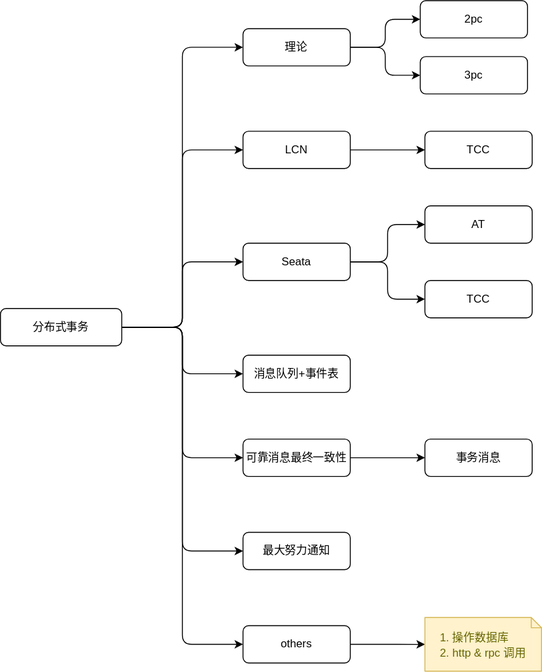
This is diagrams/dist/03.dtx.overview.svg from Alice52/diagrams, a draw.io export, as it was before one commit. Source tidied: cells renumbered, new cells last; positions are measured from the earlier drawing's top-left corner, leaving out a move shared by most shapes. Its diagram source:
```xml
<mxGraphModel>
  <root>
    <mxCell id="0" />
    <mxCell id="1" parent="0" />
    <mxCell id="2" style="edgeStyle=orthogonalEdgeStyle;rounded=1;jettySize=auto;html=1;entryX=0;entryY=0.5;entryDx=0;entryDy=0;" parent="1" edge="1" source="9" target="12">
      <mxGeometry relative="1" as="geometry" />
    </mxCell>
    <mxCell id="3" style="edgeStyle=orthogonalEdgeStyle;rounded=1;jettySize=auto;html=1;entryX=0;entryY=0.5;entryDx=0;entryDy=0;" parent="1" edge="1" source="9" target="16">
      <mxGeometry relative="1" as="geometry" />
    </mxCell>
    <mxCell id="4" style="edgeStyle=orthogonalEdgeStyle;rounded=1;jettySize=auto;html=1;exitX=1;exitY=0.5;exitDx=0;exitDy=0;entryX=0;entryY=0.5;entryDx=0;entryDy=0;" parent="1" edge="1" source="9" target="19">
      <mxGeometry relative="1" as="geometry" />
    </mxCell>
    <mxCell id="5" style="edgeStyle=orthogonalEdgeStyle;rounded=1;jettySize=auto;html=1;exitX=1;exitY=0.5;exitDx=0;exitDy=0;entryX=0;entryY=0.5;entryDx=0;entryDy=0;" parent="1" edge="1" source="9" target="23">
      <mxGeometry relative="1" as="geometry" />
    </mxCell>
    <mxCell id="6" style="edgeStyle=orthogonalEdgeStyle;rounded=1;jettySize=auto;html=1;entryX=0;entryY=0.5;entryDx=0;entryDy=0;" parent="1" edge="1" source="9" target="24">
      <mxGeometry relative="1" as="geometry" />
    </mxCell>
    <mxCell id="7" style="edgeStyle=orthogonalEdgeStyle;rounded=1;jettySize=auto;html=1;exitX=1;exitY=0.5;exitDx=0;exitDy=0;entryX=0;entryY=0.5;entryDx=0;entryDy=0;" parent="1" edge="1" source="9" target="26">
      <mxGeometry relative="1" as="geometry" />
    </mxCell>
    <mxCell id="8" style="edgeStyle=orthogonalEdgeStyle;rounded=1;jettySize=auto;html=1;entryX=0;entryY=0.5;entryDx=0;entryDy=0;" parent="1" edge="1" source="9" target="29">
      <mxGeometry relative="1" as="geometry" />
    </mxCell>
    <mxCell id="9" value="分布式事务" style="rounded=1;whiteSpace=wrap;html=1;" parent="1" vertex="1">
      <mxGeometry y="330" width="130" height="40" as="geometry" />
    </mxCell>
    <mxCell id="10" style="edgeStyle=orthogonalEdgeStyle;rounded=1;jettySize=auto;html=1;" parent="1" edge="1" source="12" target="13">
      <mxGeometry relative="1" as="geometry" />
    </mxCell>
    <mxCell id="11" style="edgeStyle=orthogonalEdgeStyle;rounded=1;jettySize=auto;html=1;exitX=1;exitY=0.5;exitDx=0;exitDy=0;entryX=0;entryY=0.5;entryDx=0;entryDy=0;" parent="1" edge="1" source="12" target="14">
      <mxGeometry relative="1" as="geometry" />
    </mxCell>
    <mxCell id="12" value="理论" style="rounded=1;whiteSpace=wrap;html=1;" parent="1" vertex="1">
      <mxGeometry x="260" y="30" width="115" height="40" as="geometry" />
    </mxCell>
    <mxCell id="13" value="2pc" style="rounded=1;whiteSpace=wrap;html=1;" parent="1" vertex="1">
      <mxGeometry x="450" width="115" height="40" as="geometry" />
    </mxCell>
    <mxCell id="14" value="3pc" style="rounded=1;whiteSpace=wrap;html=1;" parent="1" vertex="1">
      <mxGeometry x="450" y="60" width="115" height="40" as="geometry" />
    </mxCell>
    <mxCell id="15" style="edgeStyle=orthogonalEdgeStyle;rounded=1;jettySize=auto;html=1;" parent="1" edge="1" source="16" target="20">
      <mxGeometry relative="1" as="geometry" />
    </mxCell>
    <mxCell id="16" value="LCN" style="rounded=1;whiteSpace=wrap;html=1;" parent="1" vertex="1">
      <mxGeometry x="260" y="140" width="115" height="40" as="geometry" />
    </mxCell>
    <mxCell id="17" style="edgeStyle=orthogonalEdgeStyle;rounded=1;jettySize=auto;html=1;" parent="1" edge="1" source="19" target="21">
      <mxGeometry relative="1" as="geometry" />
    </mxCell>
    <mxCell id="18" style="edgeStyle=orthogonalEdgeStyle;rounded=1;jettySize=auto;html=1;entryX=0;entryY=0.5;entryDx=0;entryDy=0;" parent="1" edge="1" source="19" target="22">
      <mxGeometry relative="1" as="geometry" />
    </mxCell>
    <mxCell id="19" value="Seata" style="rounded=1;whiteSpace=wrap;html=1;" parent="1" vertex="1">
      <mxGeometry x="260" y="260" width="115" height="40" as="geometry" />
    </mxCell>
    <mxCell id="20" value="TCC" style="rounded=1;whiteSpace=wrap;html=1;" parent="1" vertex="1">
      <mxGeometry x="455" y="140" width="115" height="40" as="geometry" />
    </mxCell>
    <mxCell id="21" value="AT" style="rounded=1;whiteSpace=wrap;html=1;" parent="1" vertex="1">
      <mxGeometry x="455" y="220" width="115" height="40" as="geometry" />
    </mxCell>
    <mxCell id="22" value="TCC" style="rounded=1;whiteSpace=wrap;html=1;" parent="1" vertex="1">
      <mxGeometry x="455" y="300" width="115" height="40" as="geometry" />
    </mxCell>
    <mxCell id="23" value="消息队列+事件表" style="rounded=1;whiteSpace=wrap;html=1;" parent="1" vertex="1">
      <mxGeometry x="260" y="380" width="115" height="40" as="geometry" />
    </mxCell>
    <mxCell id="24" value="最大努力通知" style="rounded=1;whiteSpace=wrap;html=1;" parent="1" vertex="1">
      <mxGeometry x="260" y="570" width="115" height="40" as="geometry" />
    </mxCell>
    <mxCell id="25" style="edgeStyle=orthogonalEdgeStyle;rounded=1;jettySize=auto;html=1;" parent="1" edge="1" source="26" target="27">
      <mxGeometry relative="1" as="geometry" />
    </mxCell>
    <mxCell id="26" value="可靠消息最终一致性" style="rounded=1;whiteSpace=wrap;html=1;" parent="1" vertex="1">
      <mxGeometry x="260" y="470" width="115" height="40" as="geometry" />
    </mxCell>
    <mxCell id="27" value="事务消息" style="rounded=1;whiteSpace=wrap;html=1;" parent="1" vertex="1">
      <mxGeometry x="455" y="470" width="115" height="40" as="geometry" />
    </mxCell>
    <mxCell id="28" style="edgeStyle=orthogonalEdgeStyle;rounded=1;jettySize=auto;html=1;" parent="1" edge="1" source="29" target="30">
      <mxGeometry relative="1" as="geometry" />
    </mxCell>
    <mxCell id="29" value="others" style="rounded=1;whiteSpace=wrap;html=1;" parent="1" vertex="1">
      <mxGeometry x="260" y="670" width="115" height="40" as="geometry" />
    </mxCell>
    <mxCell id="30" value="&lt;div style=&quot;text-align: left&quot;&gt;&lt;span style=&quot;font-size: 12px&quot;&gt;1. 操作数据库&lt;/span&gt;&lt;/div&gt;&lt;div style=&quot;text-align: left&quot;&gt;&lt;span style=&quot;font-size: 12px&quot;&gt;2. http &amp;amp; rpc 调用&lt;/span&gt;&lt;/div&gt;" style="shape=note;strokeWidth=0;fontSize=14;size=11;whiteSpace=wrap;html=1;fillColor=#fff2cc;strokeColor=#d6b656;fontColor=#666600;" parent="1" vertex="1">
      <mxGeometry x="455" y="661.2" width="125" height="57.5" as="geometry" />
    </mxCell>
  </root>
</mxGraphModel>
```
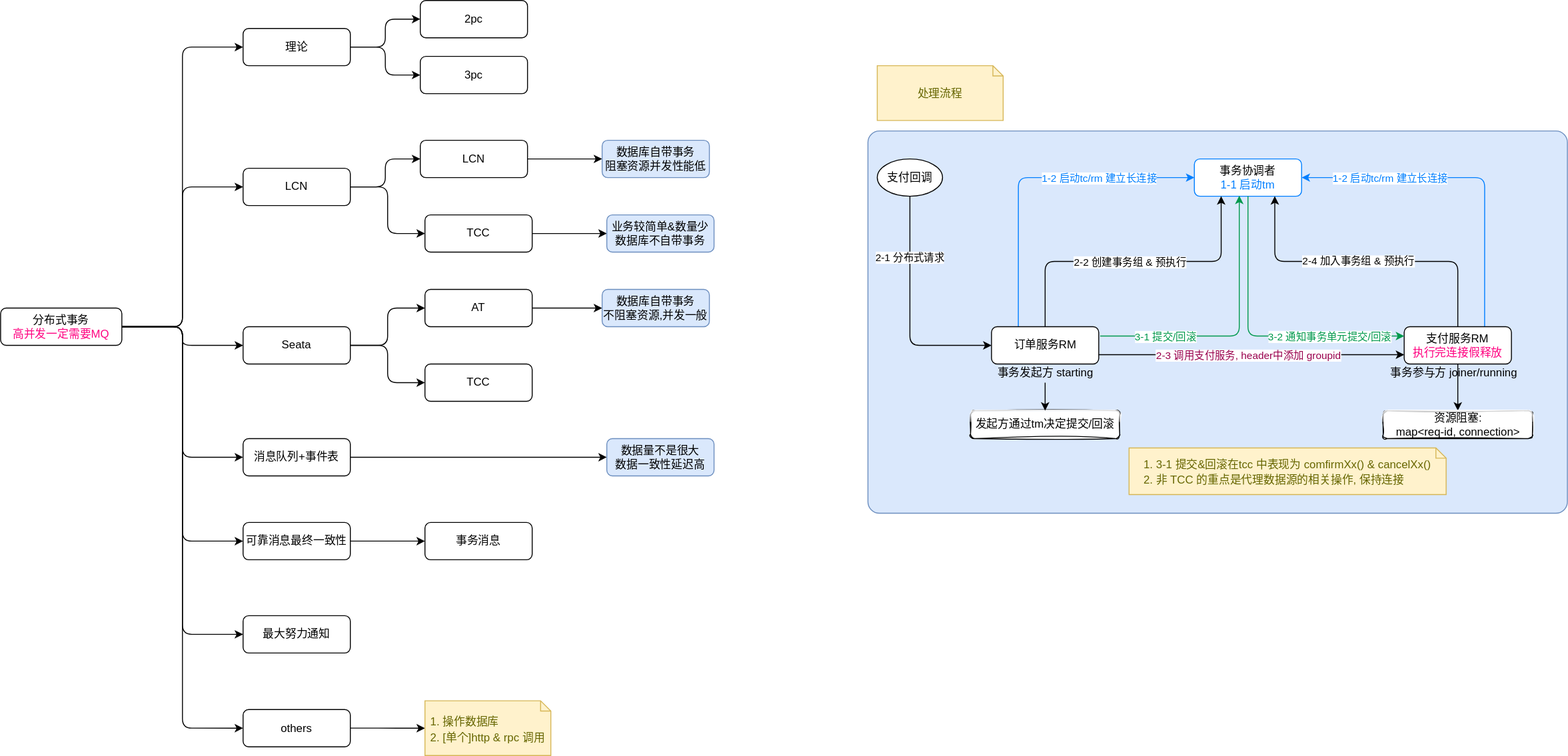
Above is the later version.

Diff of the diagram source:
```diff
@@ -23,8 +23,8 @@
     <mxCell id="8" style="edgeStyle=orthogonalEdgeStyle;rounded=1;jettySize=auto;html=1;entryX=0;entryY=0.5;entryDx=0;entryDy=0;" parent="1" edge="1" source="9" target="29">
       <mxGeometry relative="1" as="geometry" />
     </mxCell>
-    <mxCell id="9" value="分布式事务" style="rounded=1;whiteSpace=wrap;html=1;" parent="1" vertex="1">
-      <mxGeometry y="330" width="130" height="40" as="geometry" />
+    <mxCell id="9" value="分布式事务&lt;br&gt;&lt;font color=&quot;#ff0080&quot;&gt;高并发一定需要MQ&lt;/font&gt;" style="rounded=1;whiteSpace=wrap;html=1;" parent="1" vertex="1">
+      <mxGeometry y="240" width="130" height="40" as="geometry" />
     </mxCell>
     <mxCell id="10" style="edgeStyle=orthogonalEdgeStyle;rounded=1;jettySize=auto;html=1;" parent="1" edge="1" source="12" target="13">
       <mxGeometry relative="1" as="geometry" />
@@ -33,19 +33,22 @@
       <mxGeometry relative="1" as="geometry" />
     </mxCell>
     <mxCell id="12" value="理论" style="rounded=1;whiteSpace=wrap;html=1;" parent="1" vertex="1">
-      <mxGeometry x="260" y="30" width="115" height="40" as="geometry" />
+      <mxGeometry x="260" y="-60" width="115" height="40" as="geometry" />
     </mxCell>
     <mxCell id="13" value="2pc" style="rounded=1;whiteSpace=wrap;html=1;" parent="1" vertex="1">
-      <mxGeometry x="450" width="115" height="40" as="geometry" />
+      <mxGeometry x="450" y="-90" width="115" height="40" as="geometry" />
     </mxCell>
     <mxCell id="14" value="3pc" style="rounded=1;whiteSpace=wrap;html=1;" parent="1" vertex="1">
-      <mxGeometry x="450" y="60" width="115" height="40" as="geometry" />
+      <mxGeometry x="450" y="-30" width="115" height="40" as="geometry" />
     </mxCell>
-    <mxCell id="15" style="edgeStyle=orthogonalEdgeStyle;rounded=1;jettySize=auto;html=1;" parent="1" edge="1" source="16" target="20">
+    <mxCell id="15" style="edgeStyle=orthogonalEdgeStyle;rounded=1;jettySize=auto;html=1;entryX=0;entryY=0.5;entryDx=0;entryDy=0;" parent="1" edge="1" source="16" target="20">
       <mxGeometry relative="1" as="geometry" />
     </mxCell>
+    <mxCell id="31" style="edgeStyle=orthogonalEdgeStyle;rounded=1;jettySize=auto;html=1;" parent="1" edge="1" source="16" target="38">
+      <mxGeometry relative="1" as="geometry" />
+    </mxCell>
     <mxCell id="16" value="LCN" style="rounded=1;whiteSpace=wrap;html=1;" parent="1" vertex="1">
-      <mxGeometry x="260" y="140" width="115" height="40" as="geometry" />
+      <mxGeometry x="260" y="90" width="115" height="40" as="geometry" />
     </mxCell>
     <mxCell id="17" style="edgeStyle=orthogonalEdgeStyle;rounded=1;jettySize=auto;html=1;" parent="1" edge="1" source="19" target="21">
       <mxGeometry relative="1" as="geometry" />
@@ -56,15 +59,24 @@
     <mxCell id="19" value="Seata" style="rounded=1;whiteSpace=wrap;html=1;" parent="1" vertex="1">
       <mxGeometry x="260" y="260" width="115" height="40" as="geometry" />
     </mxCell>
+    <mxCell id="32" style="edgeStyle=orthogonalEdgeStyle;rounded=1;jettySize=auto;html=1;" parent="1" edge="1" source="20" target="35">
+      <mxGeometry relative="1" as="geometry" />
+    </mxCell>
     <mxCell id="20" value="TCC" style="rounded=1;whiteSpace=wrap;html=1;" parent="1" vertex="1">
       <mxGeometry x="455" y="140" width="115" height="40" as="geometry" />
     </mxCell>
+    <mxCell id="33" style="edgeStyle=orthogonalEdgeStyle;rounded=1;jettySize=auto;html=1;fontColor=#66FFFF;" parent="1" edge="1" source="21" target="70">
+      <mxGeometry relative="1" as="geometry" />
+    </mxCell>
     <mxCell id="21" value="AT" style="rounded=1;whiteSpace=wrap;html=1;" parent="1" vertex="1">
       <mxGeometry x="455" y="220" width="115" height="40" as="geometry" />
     </mxCell>
     <mxCell id="22" value="TCC" style="rounded=1;whiteSpace=wrap;html=1;" parent="1" vertex="1">
       <mxGeometry x="455" y="300" width="115" height="40" as="geometry" />
     </mxCell>
+    <mxCell id="34" style="edgeStyle=orthogonalEdgeStyle;rounded=0;jettySize=auto;html=1;" parent="1" edge="1" source="23" target="36">
+      <mxGeometry relative="1" as="geometry" />
+    </mxCell>
     <mxCell id="23" value="消息队列+事件表" style="rounded=1;whiteSpace=wrap;html=1;" parent="1" vertex="1">
       <mxGeometry x="260" y="380" width="115" height="40" as="geometry" />
     </mxCell>
@@ -84,10 +96,134 @@
       <mxGeometry relative="1" as="geometry" />
     </mxCell>
     <mxCell id="29" value="others" style="rounded=1;whiteSpace=wrap;html=1;" parent="1" vertex="1">
-      <mxGeometry x="260" y="670" width="115" height="40" as="geometry" />
+      <mxGeometry x="260" y="670.6" width="115" height="40" as="geometry" />
     </mxCell>
-    <mxCell id="30" value="&lt;div style=&quot;text-align: left&quot;&gt;&lt;span style=&quot;font-size: 12px&quot;&gt;1. 操作数据库&lt;/span&gt;&lt;/div&gt;&lt;div style=&quot;text-align: left&quot;&gt;&lt;span style=&quot;font-size: 12px&quot;&gt;2. http &amp;amp; rpc 调用&lt;/span&gt;&lt;/div&gt;" style="shape=note;strokeWidth=0;fontSize=14;size=11;whiteSpace=wrap;html=1;fillColor=#fff2cc;strokeColor=#d6b656;fontColor=#666600;" parent="1" vertex="1">
-      <mxGeometry x="455" y="661.2" width="125" height="57.5" as="geometry" />
+    <mxCell id="30" value="&lt;div style=&quot;text-align: left&quot;&gt;&lt;span style=&quot;font-size: 12px&quot;&gt;1. 操作数据库&lt;/span&gt;&lt;/div&gt;&lt;div style=&quot;text-align: left&quot;&gt;&lt;span style=&quot;font-size: 12px&quot;&gt;2. [单个]http &amp;amp; rpc 调用&lt;/span&gt;&lt;/div&gt;" style="shape=note;strokeWidth=0;fontSize=14;size=11;whiteSpace=wrap;html=1;fillColor=#fff2cc;strokeColor=#d6b656;fontColor=#666600;" parent="1" vertex="1">
+      <mxGeometry x="455" y="661.2" width="135" height="58.8" as="geometry" />
     </mxCell>
+    <mxCell id="35" value="业务较简单&amp;amp;数量少&lt;br&gt;数据库不自带事务" style="rounded=1;whiteSpace=wrap;html=1;fillColor=#dae8fc;strokeColor=#6c8ebf;" parent="1" vertex="1">
+      <mxGeometry x="650" y="140" width="115" height="40" as="geometry" />
+    </mxCell>
+    <mxCell id="36" value="数据量不是很大&lt;br&gt;数据一致性延迟高" style="rounded=1;whiteSpace=wrap;html=1;fillColor=#dae8fc;strokeColor=#6c8ebf;" parent="1" vertex="1">
+      <mxGeometry x="650" y="380" width="115" height="40" as="geometry" />
+    </mxCell>
+    <mxCell id="37" style="edgeStyle=orthogonalEdgeStyle;rounded=1;jettySize=auto;html=1;" parent="1" edge="1" source="38" target="39">
+      <mxGeometry relative="1" as="geometry" />
+    </mxCell>
+    <mxCell id="38" value="LCN" style="rounded=1;whiteSpace=wrap;html=1;" parent="1" vertex="1">
+      <mxGeometry x="450" y="60" width="115" height="40" as="geometry" />
+    </mxCell>
+    <mxCell id="39" value="数据库自带事务&lt;br&gt;阻塞资源并发性能低" style="rounded=1;whiteSpace=wrap;html=1;fillColor=#dae8fc;strokeColor=#6c8ebf;" parent="1" vertex="1">
+      <mxGeometry x="645" y="60" width="115" height="40" as="geometry" />
+    </mxCell>
+    <mxCell id="40" value="&lt;div style=&quot;text-align: left&quot;&gt;&lt;span style=&quot;font-size: 12px&quot;&gt;处理流程&lt;/span&gt;&lt;/div&gt;" style="shape=note;strokeWidth=0;fontSize=14;size=11;whiteSpace=wrap;html=1;fillColor=#fff2cc;strokeColor=#d6b656;fontColor=#666600;" parent="1" vertex="1">
+      <mxGeometry x="940" y="-20" width="135" height="58.8" as="geometry" />
+    </mxCell>
+    <mxCell id="41" style="group;" parent="1" vertex="1">
+      <mxGeometry x="920" y="50" width="750" height="410" as="geometry" />
+    </mxCell>
+    <mxCell id="42" style="rounded=1;whiteSpace=wrap;html=1;arcSize=3;fillColor=#dae8fc;strokeColor=#6c8ebf;" parent="41" vertex="1">
+      <mxGeometry x="10" width="750" height="410" as="geometry" />
+    </mxCell>
+    <mxCell id="43" value="事务协调者&lt;br&gt;&lt;font color=&quot;#007fff&quot;&gt;1-1 启动tm&lt;/font&gt;" style="rounded=1;whiteSpace=wrap;html=1;strokeColor=#007FFF;" parent="41" vertex="1">
+      <mxGeometry x="360" y="30" width="115" height="40" as="geometry" />
+    </mxCell>
+    <mxCell id="44" value="支付回调" style="ellipse;whiteSpace=wrap;html=1;" parent="41" vertex="1">
+      <mxGeometry x="20" y="30" width="70" height="40" as="geometry" />
+    </mxCell>
+    <mxCell id="45" style="edgeStyle=orthogonalEdgeStyle;rounded=1;jettySize=auto;html=1;entryX=0;entryY=0.5;entryDx=0;entryDy=0;exitX=0.25;exitY=0;exitDx=0;exitDy=0;strokeColor=#007FFF;" parent="41" edge="1" source="51" target="43">
+      <mxGeometry relative="1" as="geometry" />
+    </mxCell>
+    <mxCell id="46" value="1-2 启动tc/rm 建立长连接" style="edgeLabel;html=1;align=center;verticalAlign=middle;fontColor=#007FFF;" parent="45" vertex="1">
+      <mxGeometry x="-0.02" y="-2" relative="1" as="geometry">
+        <mxPoint x="75" y="-2" as="offset" />
+      </mxGeometry>
+    </mxCell>
+    <mxCell id="47" style="edgeStyle=orthogonalEdgeStyle;rounded=1;jettySize=auto;html=1;entryX=0.25;entryY=1;entryDx=0;entryDy=0;exitX=0.5;exitY=0;exitDx=0;exitDy=0;" parent="41" edge="1" source="51" target="43">
+      <mxGeometry relative="1" as="geometry" />
+    </mxCell>
+    <mxCell id="48" value="2-2 创建事务组 &amp;amp; 预执行" style="edgeLabel;html=1;align=center;verticalAlign=middle;" parent="47" vertex="1">
+      <mxGeometry x="-0.29" relative="1" as="geometry">
+        <mxPoint x="43" as="offset" />
+      </mxGeometry>
+    </mxCell>
+    <mxCell id="49" style="edgeStyle=orthogonalEdgeStyle;rounded=1;jettySize=auto;html=1;entryX=0.419;entryY=0.985;entryDx=0;entryDy=0;entryPerimeter=0;fontColor=#00994D;strokeColor=#00994D;" parent="41" edge="1" target="43">
+      <mxGeometry relative="1" as="geometry">
+        <mxPoint x="259" y="220" as="sourcePoint" />
+      </mxGeometry>
+    </mxCell>
+    <mxCell id="50" value="3-1 提交/回滚" style="edgeLabel;html=1;align=center;verticalAlign=middle;fontColor=#00994D;" parent="49" vertex="1">
+      <mxGeometry x="0.25" y="2" relative="1" as="geometry">
+        <mxPoint x="-78" y="39" as="offset" />
+      </mxGeometry>
+    </mxCell>
+    <mxCell id="51" value="订单服务RM" style="rounded=1;whiteSpace=wrap;html=1;" parent="41" vertex="1">
+      <mxGeometry x="142.5" y="210" width="115" height="40" as="geometry" />
+    </mxCell>
+    <mxCell id="52" style="edgeStyle=orthogonalEdgeStyle;rounded=1;jettySize=auto;html=1;entryX=0;entryY=0.5;entryDx=0;entryDy=0;exitX=0.5;exitY=1;exitDx=0;exitDy=0;" parent="41" edge="1" source="44" target="51">
+      <mxGeometry relative="1" as="geometry" />
+    </mxCell>
+    <mxCell id="53" value="2-1 分布式请求" style="edgeLabel;html=1;align=center;verticalAlign=middle;" parent="52" vertex="1">
+      <mxGeometry x="-0.47" y="-1" relative="1" as="geometry" />
+    </mxCell>
+    <mxCell id="54" style="edgeStyle=orthogonalEdgeStyle;rounded=1;jettySize=auto;html=1;entryX=1;entryY=0.5;entryDx=0;entryDy=0;exitX=0.75;exitY=0;exitDx=0;exitDy=0;strokeColor=#007FFF;" parent="41" edge="1" source="58" target="43">
+      <mxGeometry relative="1" as="geometry" />
+    </mxCell>
+    <mxCell id="55" value="1-2 启动tc/rm 建立长连接" style="edgeLabel;html=1;align=center;verticalAlign=middle;fontColor=#007FFF;" parent="54" vertex="1">
+      <mxGeometry x="0.38" relative="1" as="geometry">
+        <mxPoint x="-17" as="offset" />
+      </mxGeometry>
+    </mxCell>
+    <mxCell id="56" style="edgeStyle=orthogonalEdgeStyle;rounded=1;jettySize=auto;html=1;exitX=0.5;exitY=0;exitDx=0;exitDy=0;entryX=0.75;entryY=1;entryDx=0;entryDy=0;" parent="41" edge="1" source="58" target="43">
+      <mxGeometry relative="1" as="geometry" />
+    </mxCell>
+    <mxCell id="57" value="2-4 加入事务组 &amp;amp; 预执行" style="edgeLabel;html=1;align=center;verticalAlign=middle;" parent="56" vertex="1">
+      <mxGeometry x="0.06" y="1" relative="1" as="geometry">
+        <mxPoint x="2" y="-2" as="offset" />
+      </mxGeometry>
+    </mxCell>
+    <mxCell id="58" value="支付服务RM&lt;br&gt;&lt;font color=&quot;#ff0080&quot;&gt;执行完连接假释放&lt;/font&gt;" style="rounded=1;whiteSpace=wrap;html=1;" parent="41" vertex="1">
+      <mxGeometry x="585" y="210" width="115" height="40" as="geometry" />
+    </mxCell>
+    <mxCell id="59" style="edgeStyle=orthogonalEdgeStyle;rounded=1;jettySize=auto;html=1;exitX=0.5;exitY=1;exitDx=0;exitDy=0;entryX=0;entryY=0.25;entryDx=0;entryDy=0;fontColor=#00994D;strokeColor=#00994D;" parent="41" edge="1" source="43" target="58">
+      <mxGeometry relative="1" as="geometry" />
+    </mxCell>
+    <mxCell id="60" value="3-2 通知事务单元提交/回滚" style="edgeLabel;html=1;align=center;verticalAlign=middle;fontColor=#00994D;" parent="59" vertex="1">
+      <mxGeometry x="0.39" relative="1" as="geometry">
+        <mxPoint x="16" as="offset" />
+      </mxGeometry>
+    </mxCell>
+    <mxCell id="61" style="edgeStyle=orthogonalEdgeStyle;rounded=1;jettySize=auto;html=1;exitX=1;exitY=0.75;exitDx=0;exitDy=0;entryX=0;entryY=0.75;entryDx=0;entryDy=0;" parent="41" edge="1" source="51" target="58">
+      <mxGeometry relative="1" as="geometry" />
+    </mxCell>
+    <mxCell id="62" value="&lt;font color=&quot;#99004d&quot;&gt;2-3 调用支付服务, header中添加 groupid&lt;/font&gt;" style="edgeLabel;html=1;align=center;verticalAlign=middle;" parent="61" vertex="1">
+      <mxGeometry x="-0.35" y="-1" relative="1" as="geometry">
+        <mxPoint x="53" y="-1" as="offset" />
+      </mxGeometry>
+    </mxCell>
+    <mxCell id="63" value="事务发起方 starting" style="text;html=1;align=center;verticalAlign=middle;points=[];strokeColor=none;" parent="41" vertex="1">
+      <mxGeometry x="140" y="250" width="120" height="20" as="geometry" />
+    </mxCell>
+    <mxCell id="64" style="edgeStyle=orthogonalEdgeStyle;rounded=1;jettySize=auto;html=1;" parent="41" edge="1" source="58" target="66">
+      <mxGeometry relative="1" as="geometry" />
+    </mxCell>
+    <mxCell id="65" value="事务参与方 joiner/running" style="text;html=1;align=center;verticalAlign=middle;strokeColor=none;" parent="41" vertex="1">
+      <mxGeometry x="562.5" y="250" width="150" height="20" as="geometry" />
+    </mxCell>
+    <mxCell id="66" value="资源阻塞: &lt;br&gt;map&amp;lt;req-id, connection&amp;gt;" style="whiteSpace=wrap;html=1;rounded=1;sketch=1;shadow=0;glass=1;" parent="41" vertex="1">
+      <mxGeometry x="562.5" y="300" width="160" height="30" as="geometry" />
+    </mxCell>
+    <mxCell id="67" value="发起方通过tm决定提交/回滚" style="whiteSpace=wrap;html=1;rounded=1;sketch=1;shadow=0;glass=1;" parent="41" vertex="1">
+      <mxGeometry x="120" y="300" width="160" height="30" as="geometry" />
+    </mxCell>
+    <mxCell id="68" style="edgeStyle=orthogonalEdgeStyle;rounded=1;jettySize=auto;html=1;" parent="41" edge="1" source="63" target="67">
+      <mxGeometry relative="1" as="geometry" />
+    </mxCell>
+    <mxCell id="69" value="&lt;div style=&quot;text-align: left&quot;&gt;&lt;span style=&quot;font-size: 12px&quot;&gt;1. 3-1 提交&amp;amp;回滚在tcc 中表现为 comfirmXx() &amp;amp; cancelXx()&lt;/span&gt;&lt;/div&gt;&lt;div style=&quot;text-align: left&quot;&gt;&lt;span style=&quot;font-size: 12px&quot;&gt;2. 非 TCC 的重点是代理数据源的相关操作, 保持连接&lt;/span&gt;&lt;/div&gt;" style="shape=note;strokeWidth=0;fontSize=14;size=11;whiteSpace=wrap;html=1;fillColor=#fff2cc;strokeColor=#d6b656;fontColor=#666600;" parent="41" vertex="1">
+      <mxGeometry x="290" y="340" width="340" height="50" as="geometry" />
+    </mxCell>
+    <mxCell id="70" value="数据库自带事务&lt;br&gt;不阻塞资源,并发一般" style="rounded=1;whiteSpace=wrap;html=1;fillColor=#dae8fc;strokeColor=#6c8ebf;" parent="1" vertex="1">
+      <mxGeometry x="645" y="220" width="115" height="40" as="geometry" />
+    </mxCell>
   </root>
 </mxGraphModel>
```
